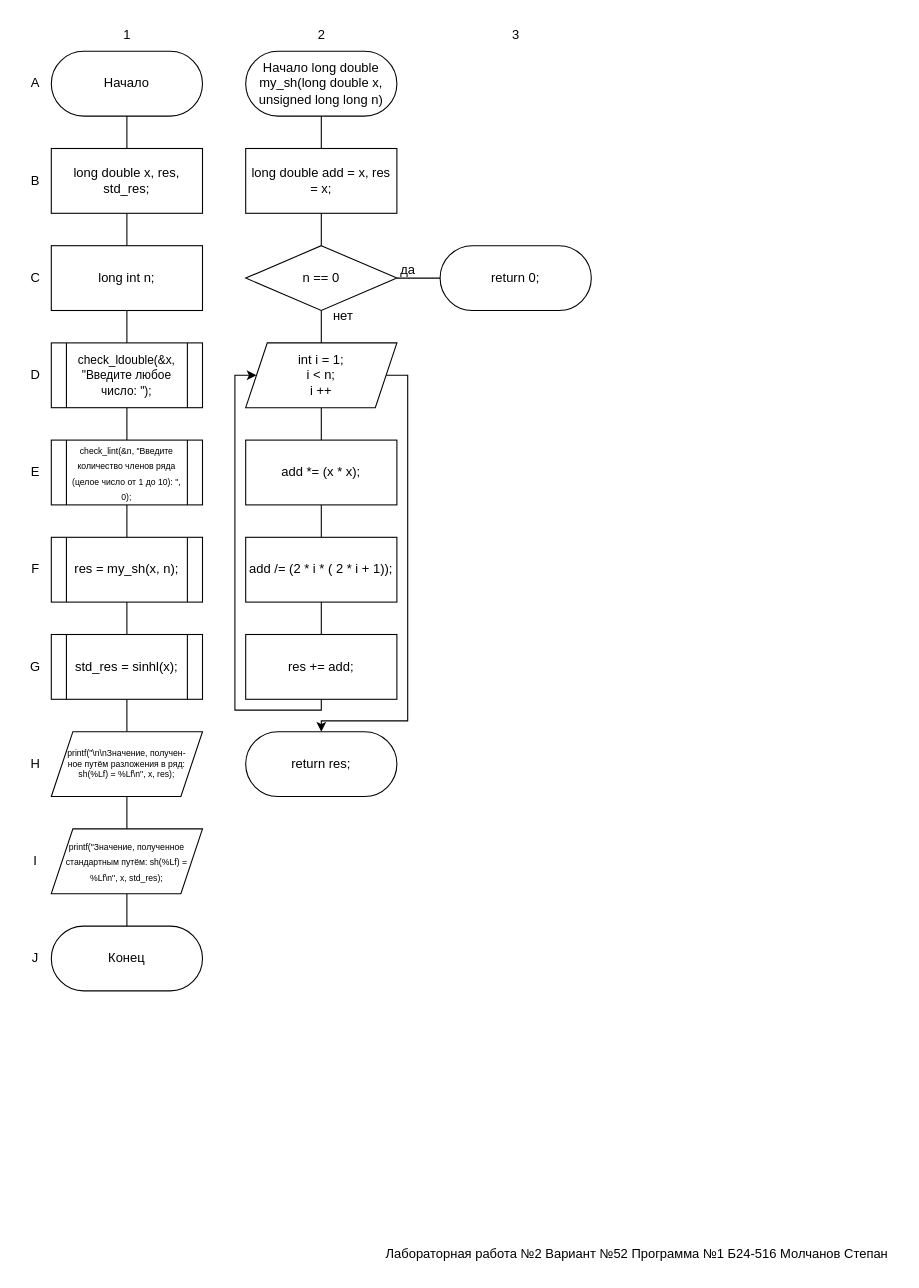
molchanov71/MEPhIflowcharts keeps this draw.io diagram as page "Страница — 1" (1 of 2) of lab2/flowchart.drawio. Above is the earlier version. Source tidied: cells renumbered, new cells numbered last; positions are measured from the earlier drawing's top-left corner, leaving out a move shared by most shapes. Both pictures are drawn from the tidied source at 108%, with x=0, y=0 at pixel (18, 18).
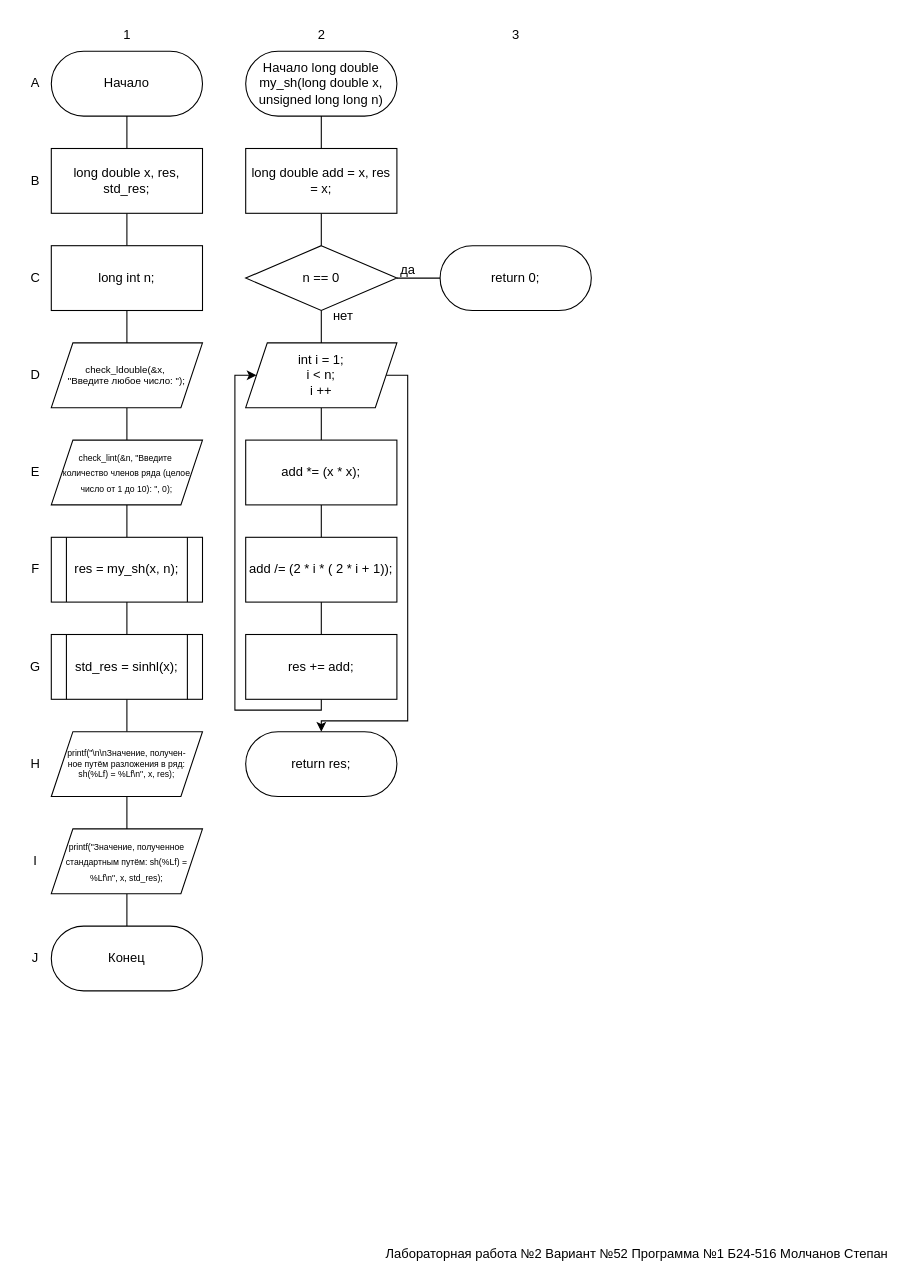
The same diagram, later.

Unchanged cells that the change refers to:
```xml
<mxCell id="7" value="long int n;" style="rounded=0;whiteSpace=wrap;html=1;" parent="1" vertex="1">
  <mxGeometry x="30" y="210" width="140" height="60" as="geometry" />
</mxCell>
<mxCell id="13" value="res = my_sh(x, n);" style="shape=process;whiteSpace=wrap;html=1;backgroundOutline=1;" parent="1" vertex="1">
  <mxGeometry x="30" y="480" width="140" height="60" as="geometry" />
</mxCell>
```

What changed in the source:
```diff
@@
-    <mxCell id="6" style="edgeStyle=orthogonalEdgeStyle;rounded=0;jettySize=auto;html=1;exitX=0.5;exitY=1;exitDx=0;exitDy=0;entryX=0.5;entryY=0;entryDx=0;entryDy=0;endArrow=none;endFill=0;" parent="1" edge="1" source="7" target="9">
-      <mxGeometry relative="1" as="geometry" />
+    <mxCell id="6" style="edgeStyle=orthogonalEdgeStyle;rounded=0;jettySize=auto;html=1;exitX=0.5;exitY=1;exitDx=0;exitDy=0;entryX=0.5;entryY=0;entryDx=0;entryDy=0;endArrow=none;endFill=0;" parent="1" edge="1" source="7">
+      <mxGeometry relative="1" as="geometry">
+        <mxPoint x="100" y="300" as="targetPoint" />
+      </mxGeometry>
     </mxCell>
@@
-    <mxCell id="8" style="edgeStyle=orthogonalEdgeStyle;rounded=0;jettySize=auto;html=1;exitX=0.5;exitY=1;exitDx=0;exitDy=0;entryX=0.5;entryY=0;entryDx=0;entryDy=0;endArrow=none;endFill=0;" parent="1" edge="1" source="9" target="11">
-      <mxGeometry relative="1" as="geometry" />
+    <mxCell id="8" style="edgeStyle=orthogonalEdgeStyle;rounded=0;orthogonalLoop=1;jettySize=auto;html=1;exitX=0.5;exitY=1;exitDx=0;exitDy=0;entryX=0.5;entryY=0;entryDx=0;entryDy=0;endArrow=none;endFill=0;" parent="1" edge="1">
+      <mxGeometry relative="1" as="geometry">
+        <mxPoint x="100" y="360" as="sourcePoint" />
+        <mxPoint x="100" y="390" as="targetPoint" />
+      </mxGeometry>
     </mxCell>
-    <mxCell id="9" value="&lt;font style=&quot;font-size: 11px;&quot;&gt;check_ldouble(&amp;amp;x, &quot;Введите любое число: &quot;);&lt;/font&gt;" style="shape=process;whiteSpace=wrap;html=1;backgroundOutline=1;" parent="1" vertex="1">
-      <mxGeometry x="30" y="300" width="140" height="60" as="geometry" />
-    </mxCell>
-    <mxCell id="10" style="edgeStyle=orthogonalEdgeStyle;rounded=0;jettySize=auto;html=1;exitX=0.5;exitY=1;exitDx=0;exitDy=0;entryX=0.5;entryY=0;entryDx=0;entryDy=0;endArrow=none;endFill=0;" parent="1" edge="1" source="11" target="13">
-      <mxGeometry relative="1" as="geometry" />
+    <mxCell id="10" style="edgeStyle=orthogonalEdgeStyle;rounded=0;jettySize=auto;html=1;exitX=0.5;exitY=1;exitDx=0;exitDy=0;entryX=0.5;entryY=0;entryDx=0;entryDy=0;endArrow=none;endFill=0;" parent="1" edge="1" target="13">
+      <mxGeometry relative="1" as="geometry">
+        <mxPoint x="100" y="450" as="sourcePoint" />
+      </mxGeometry>
     </mxCell>
-    <mxCell id="11" value="&lt;font style=&quot;font-size: 8px;&quot;&gt;check_lint(&amp;amp;n, &quot;Введите количество членов ряда (целое число от 1 до 10): &quot;, 0);&lt;/font&gt;" style="shape=process;whiteSpace=wrap;html=1;backgroundOutline=1;" parent="1" vertex="1">
-      <mxGeometry x="30" y="390" width="140" height="60" as="geometry" />
-    </mxCell>
@@
+    <mxCell id="9" value="&lt;font style=&quot;font-size: 9px;&quot;&gt;check_ldouble(&amp;amp;x,&amp;nbsp;&lt;/font&gt;&lt;div style=&quot;font-size: 9px;&quot;&gt;&lt;font style=&quot;font-size: 9px;&quot;&gt;&quot;Введите любое число: &quot;);&lt;/font&gt;&lt;/div&gt;" style="shape=parallelogram;perimeter=parallelogramPerimeter;whiteSpace=wrap;html=1;fixedSize=1;fontSize=9;" parent="1" vertex="1">
+      <mxGeometry x="30" y="300" width="140" height="60" as="geometry" />
+    </mxCell>
+    <mxCell id="11" value="&lt;font style=&quot;font-size: 8px;&quot;&gt;check_lint(&amp;amp;n, &quot;Введите&amp;nbsp;&lt;/font&gt;&lt;div&gt;&lt;font style=&quot;font-size: 8px;&quot;&gt;количество членов ряда (целое число от 1 до 10): &quot;, 0);&lt;/font&gt;&lt;/div&gt;" style="shape=parallelogram;perimeter=parallelogramPerimeter;whiteSpace=wrap;html=1;fixedSize=1;" parent="1" vertex="1">
+      <mxGeometry x="30" y="390" width="140" height="60" as="geometry" />
+    </mxCell>
```
